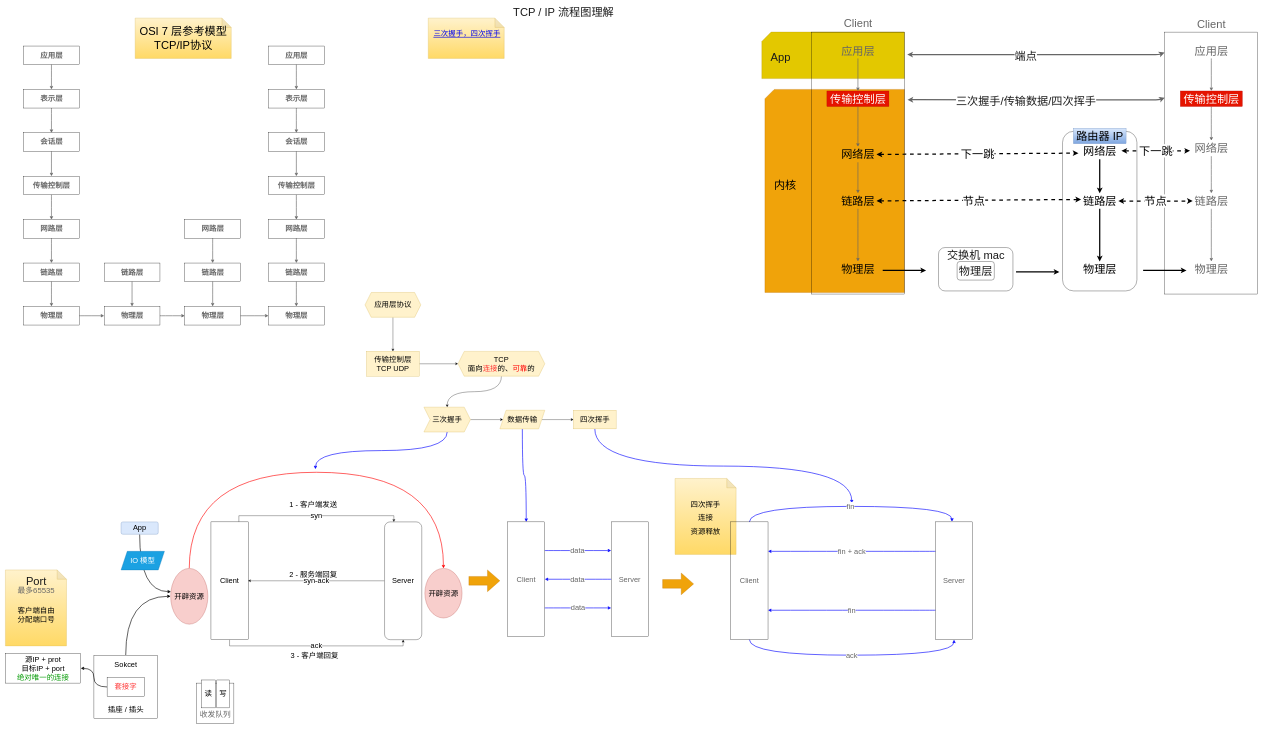
This is 计算机网络/TPC、IP理解流程图.drawio from lynxlangya/diawio-folder, a draw.io file, before an edit. Source tidied: cells renumbered, new cells numbered last; positions are measured from the earlier drawing's top-left corner, leaving out a move shared by most shapes. Both pictures are drawn from the tidied source at 31%, with x=0, y=0 at pixel (5, 7).
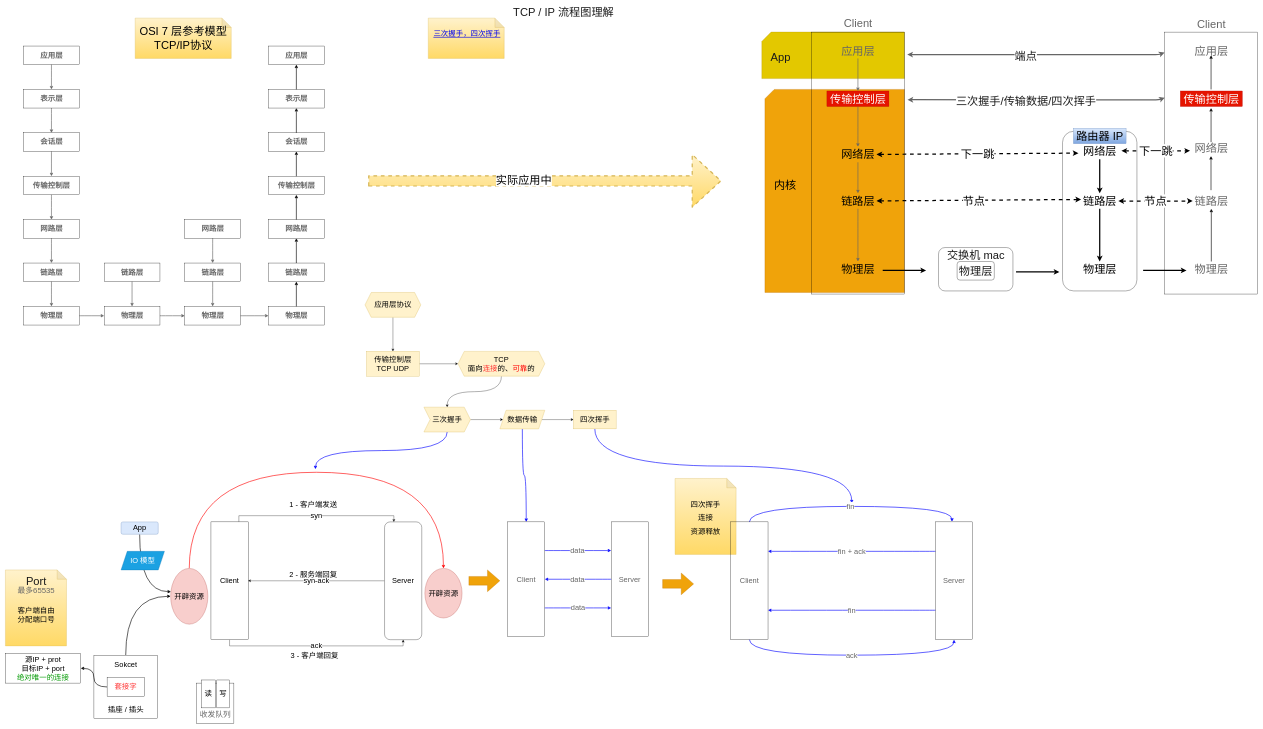
The same diagram, later.

Commit message:
更新TPC、IP理解流程图.drawio

Unchanged cells that the change refers to:
```xml
<mxCell id="81" value="&lt;b&gt;应用层&lt;/b&gt;" style="rounded=0;whiteSpace=wrap;html=1;shadow=0;sketch=0;fontSize=24;fontColor=#666666;fillColor=none;" parent="1" vertex="1">
  <mxGeometry x="848.5" y="125" width="180" height="60" as="geometry" />
</mxCell>
<mxCell id="83" value="&lt;b&gt;表示层&lt;/b&gt;" style="rounded=0;whiteSpace=wrap;html=1;shadow=0;sketch=0;fontSize=24;fontColor=#666666;fillColor=none;" parent="1" vertex="1">
  <mxGeometry x="848.5" y="265" width="180" height="60" as="geometry" />
</mxCell>
<mxCell id="85" value="&lt;b&gt;会话层&lt;/b&gt;" style="rounded=0;whiteSpace=wrap;html=1;shadow=0;sketch=0;fontSize=24;fontColor=#666666;fillColor=none;" parent="1" vertex="1">
  <mxGeometry x="848.5" y="405" width="180" height="60" as="geometry" />
</mxCell>
<mxCell id="87" value="&lt;b&gt;传输控制层&lt;/b&gt;" style="rounded=0;whiteSpace=wrap;html=1;shadow=0;sketch=0;fontSize=24;fontColor=#666666;fillColor=none;" parent="1" vertex="1">
  <mxGeometry x="848.5" y="545" width="180" height="60" as="geometry" />
</mxCell>
<mxCell id="89" value="&lt;b&gt;网路层&lt;/b&gt;" style="rounded=0;whiteSpace=wrap;html=1;shadow=0;sketch=0;fontSize=24;fontColor=#666666;fillColor=none;" parent="1" vertex="1">
  <mxGeometry x="848.5" y="685" width="180" height="60" as="geometry" />
</mxCell>
<mxCell id="91" value="&lt;b&gt;链路层&lt;/b&gt;" style="rounded=0;whiteSpace=wrap;html=1;shadow=0;sketch=0;fontSize=24;fontColor=#666666;fillColor=none;" parent="1" vertex="1">
  <mxGeometry x="848.5" y="825" width="180" height="60" as="geometry" />
</mxCell>
<mxCell id="92" value="&lt;b&gt;物理层&lt;/b&gt;" style="rounded=0;whiteSpace=wrap;html=1;shadow=0;sketch=0;fontSize=24;fontColor=#666666;fillColor=none;" parent="1" vertex="1">
  <mxGeometry x="848.5" y="965" width="180" height="60" as="geometry" />
</mxCell>
<mxCell id="118" value="&lt;font style=&quot;font-size: 36px&quot;&gt;应用层&lt;/font&gt;" style="text;html=1;align=center;verticalAlign=middle;points=[];strokeColor=none;fillColor=none;fontSize=36;fontColor=#666666;" parent="1" vertex="1">
  <mxGeometry x="3830" y="115" width="120" height="50" as="geometry" />
</mxCell>
<mxCell id="120" value="传输控制层" style="text;html=1;align=center;verticalAlign=middle;points=[];strokeColor=#B20000;fillColor=#e51400;fontSize=36;fontColor=#ffffff;" parent="1" vertex="1">
  <mxGeometry x="3790" y="270" width="200" height="50" as="geometry" />
</mxCell>
<mxCell id="122" value="&lt;font color=&quot;#666666&quot;&gt;网络层&lt;/font&gt;" style="text;html=1;align=center;verticalAlign=middle;points=[];fontSize=36;" parent="1" vertex="1">
  <mxGeometry x="3830" y="430" width="120" height="50" as="geometry" />
</mxCell>
<mxCell id="124" value="&lt;font color=&quot;#666666&quot;&gt;链路层&lt;/font&gt;" style="text;html=1;align=center;verticalAlign=middle;points=[];fontSize=36;fontColor=#666666;" parent="1" vertex="1">
  <mxGeometry x="3830" y="600" width="120" height="50" as="geometry" />
</mxCell>
<mxCell id="125" value="&lt;font color=&quot;#666666&quot;&gt;物理层&lt;/font&gt;" style="text;html=1;align=center;verticalAlign=middle;points=[];fontSize=36;fontColor=#666666;" parent="1" vertex="1">
  <mxGeometry x="3830" y="820" width="120" height="50" as="geometry" />
</mxCell>
```

The edit, as a diff of the source:
```diff
@@
-    <mxCell id="80" style="edgeStyle=orthogonalEdgeStyle;curved=1;rounded=0;jettySize=auto;html=1;fontSize=24;fontColor=#666666;strokeColor=#666666;strokeWidth=2;" parent="1" edge="1" source="81" target="83">
-      <mxGeometry relative="1" as="geometry" />
-    </mxCell>
@@
-    <mxCell id="82" style="edgeStyle=orthogonalEdgeStyle;curved=1;rounded=0;jettySize=auto;html=1;fontSize=24;fontColor=#666666;strokeColor=#666666;strokeWidth=2;" parent="1" edge="1" source="83" target="85">
-      <mxGeometry relative="1" as="geometry" />
-    </mxCell>
+    <mxCell id="150" style="edgeStyle=orthogonalEdgeStyle;rounded=1;jettySize=auto;html=1;fontSize=36;fontColor=#000000;strokeColor=#000000;strokeWidth=2;" parent="1" edge="1" source="83" target="81">
+      <mxGeometry relative="1" as="geometry" />
+    </mxCell>
@@
-    <mxCell id="84" style="edgeStyle=orthogonalEdgeStyle;curved=1;rounded=0;jettySize=auto;html=1;fontSize=24;fontColor=#666666;strokeColor=#666666;strokeWidth=2;" parent="1" edge="1" source="85" target="87">
-      <mxGeometry relative="1" as="geometry" />
-    </mxCell>
+    <mxCell id="151" style="edgeStyle=orthogonalEdgeStyle;rounded=1;jettySize=auto;html=1;fontSize=36;fontColor=#000000;strokeColor=#000000;strokeWidth=2;" parent="1" edge="1" source="85" target="83">
+      <mxGeometry relative="1" as="geometry" />
+    </mxCell>
@@
-    <mxCell id="86" style="edgeStyle=orthogonalEdgeStyle;curved=1;rounded=0;jettySize=auto;html=1;fontSize=24;fontColor=#666666;strokeColor=#666666;strokeWidth=2;" parent="1" edge="1" source="87" target="89">
-      <mxGeometry relative="1" as="geometry" />
-    </mxCell>
+    <mxCell id="152" style="edgeStyle=orthogonalEdgeStyle;rounded=1;jettySize=auto;html=1;fontSize=36;fontColor=#000000;strokeColor=#000000;strokeWidth=2;" parent="1" edge="1" source="87" target="85">
+      <mxGeometry relative="1" as="geometry" />
+    </mxCell>
@@
-    <mxCell id="88" style="edgeStyle=orthogonalEdgeStyle;curved=1;rounded=0;jettySize=auto;html=1;fontSize=24;fontColor=#666666;strokeColor=#666666;strokeWidth=2;" parent="1" edge="1" source="89" target="91">
-      <mxGeometry relative="1" as="geometry" />
-    </mxCell>
+    <mxCell id="153" style="edgeStyle=orthogonalEdgeStyle;rounded=1;jettySize=auto;html=1;fontSize=36;fontColor=#000000;strokeColor=#000000;strokeWidth=2;" parent="1" edge="1" source="89" target="87">
+      <mxGeometry relative="1" as="geometry" />
+    </mxCell>
@@
-    <mxCell id="90" style="edgeStyle=orthogonalEdgeStyle;curved=1;rounded=0;jettySize=auto;html=1;fontSize=24;fontColor=#666666;strokeColor=#666666;strokeWidth=2;" parent="1" edge="1" source="91" target="92">
-      <mxGeometry relative="1" as="geometry" />
-    </mxCell>
+    <mxCell id="154" style="edgeStyle=orthogonalEdgeStyle;rounded=1;jettySize=auto;html=1;fontSize=36;fontColor=#000000;strokeColor=#000000;strokeWidth=2;" parent="1" edge="1" source="91" target="89">
+      <mxGeometry relative="1" as="geometry" />
+    </mxCell>
@@
+    <mxCell id="155" style="edgeStyle=orthogonalEdgeStyle;rounded=1;jettySize=auto;html=1;fontSize=36;fontColor=#000000;strokeColor=#000000;strokeWidth=2;" parent="1" edge="1" source="92" target="91">
+      <mxGeometry relative="1" as="geometry" />
+    </mxCell>
@@
-    <mxCell id="117" style="edgeStyle=orthogonalEdgeStyle;curved=1;rounded=0;jettySize=auto;html=1;fontSize=36;fontColor=#666666;strokeColor=#666666;strokeWidth=2;" parent="1" edge="1" source="118" target="120">
-      <mxGeometry relative="1" as="geometry" />
-    </mxCell>
@@
-    <mxCell id="119" style="edgeStyle=orthogonalEdgeStyle;curved=1;rounded=0;jettySize=auto;html=1;fontSize=36;fontColor=#666666;strokeColor=#666666;strokeWidth=2;" parent="1" edge="1" source="120" target="122">
-      <mxGeometry relative="1" as="geometry" />
-    </mxCell>
@@
-    <mxCell id="121" style="edgeStyle=orthogonalEdgeStyle;curved=1;rounded=0;jettySize=auto;html=1;fontSize=36;fontColor=#666666;strokeColor=#666666;strokeWidth=2;" parent="1" edge="1" source="122" target="124">
-      <mxGeometry relative="1" as="geometry" />
-    </mxCell>
@@
-    <mxCell id="123" style="edgeStyle=orthogonalEdgeStyle;curved=1;rounded=0;jettySize=auto;html=1;fontSize=36;fontColor=#666666;strokeColor=#666666;strokeWidth=2;" parent="1" edge="1" source="124" target="125">
-      <mxGeometry relative="1" as="geometry" />
-    </mxCell>
@@
+    <mxCell id="156" style="shape=flexArrow;endArrow=classic;html=1;rounded=1;dashed=1;fontSize=36;fontColor=#000000;strokeColor=#d6b656;strokeWidth=4;fillColor=#fff2cc;gradientColor=#ffd966;endWidth=132.5;endSize=29.5;width=30;" parent="1" edge="1">
+      <mxGeometry relative="1" as="geometry">
+        <mxPoint x="1170" y="560" as="sourcePoint" />
+        <mxPoint x="2310" y="560" as="targetPoint" />
+      </mxGeometry>
+    </mxCell>
+    <mxCell id="157" value="实际应用中" style="edgeLabel;html=1;align=center;verticalAlign=middle;fontSize=36;fontColor=#000000;" parent="156" vertex="1">
+      <mxGeometry x="-0.12" y="4" relative="1" as="geometry">
+        <mxPoint x="-1" y="-1" as="offset" />
+      </mxGeometry>
+    </mxCell>
+    <mxCell id="158" style="endArrow=classic;html=1;rounded=1;fontSize=36;fontColor=#000000;strokeColor=#000000;strokeWidth=2;" parent="1" edge="1" target="124">
+      <mxGeometry relative="1" as="geometry">
+        <mxPoint x="3890" y="820" as="sourcePoint" />
+      </mxGeometry>
+    </mxCell>
+    <mxCell id="159" style="endArrow=classic;html=1;rounded=1;fontSize=36;fontColor=#000000;strokeColor=#000000;strokeWidth=2;" parent="1" edge="1">
+      <mxGeometry relative="1" as="geometry">
+        <mxPoint x="3889" y="590" as="sourcePoint" />
+        <mxPoint x="3889" y="480" as="targetPoint" />
+      </mxGeometry>
+    </mxCell>
+    <mxCell id="160" style="endArrow=classic;html=1;rounded=1;fontSize=36;fontColor=#000000;strokeColor=#000000;strokeWidth=2;" parent="1" edge="1">
+      <mxGeometry relative="1" as="geometry">
+        <mxPoint x="3889.2" y="435" as="sourcePoint" />
+        <mxPoint x="3889.2" y="325" as="targetPoint" />
+      </mxGeometry>
+    </mxCell>
+    <mxCell id="161" style="endArrow=classic;html=1;rounded=1;fontSize=36;fontColor=#000000;strokeColor=#000000;strokeWidth=2;" parent="1" edge="1">
+      <mxGeometry relative="1" as="geometry">
+        <mxPoint x="3889.2" y="265" as="sourcePoint" />
+        <mxPoint x="3889.2" y="155" as="targetPoint" />
+      </mxGeometry>
+    </mxCell>
```
